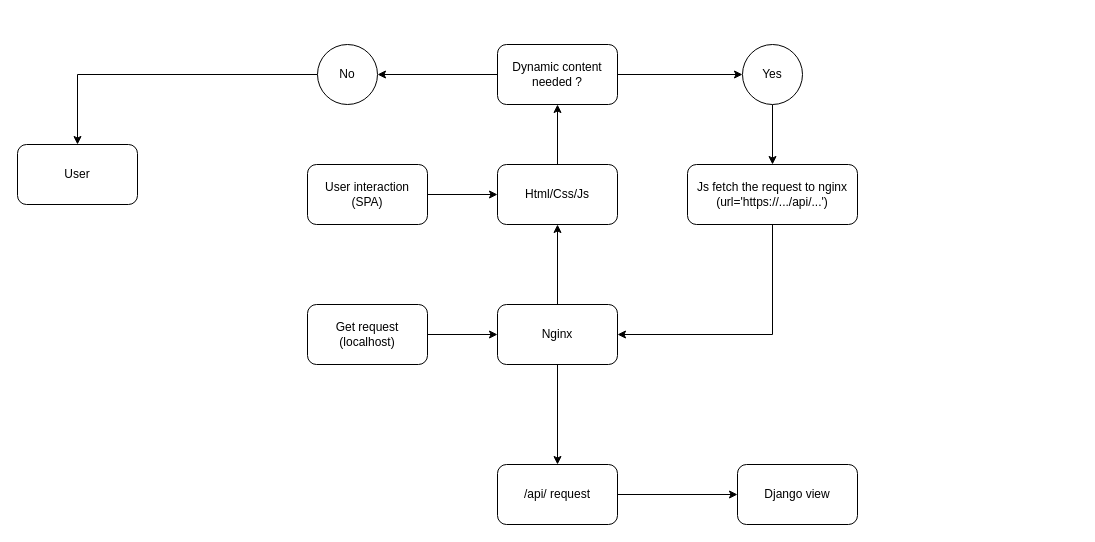
This is Diagram.drawio from DenisClerbois/Transcendence, a draw.io file, before an edit. Source tidied: cells renumbered, new cells numbered last; positions are measured from the earlier drawing's top-left corner, leaving out a move shared by most shapes. Both pictures are drawn from the tidied source at 100%, with x=0, y=0 at pixel (17, 44).
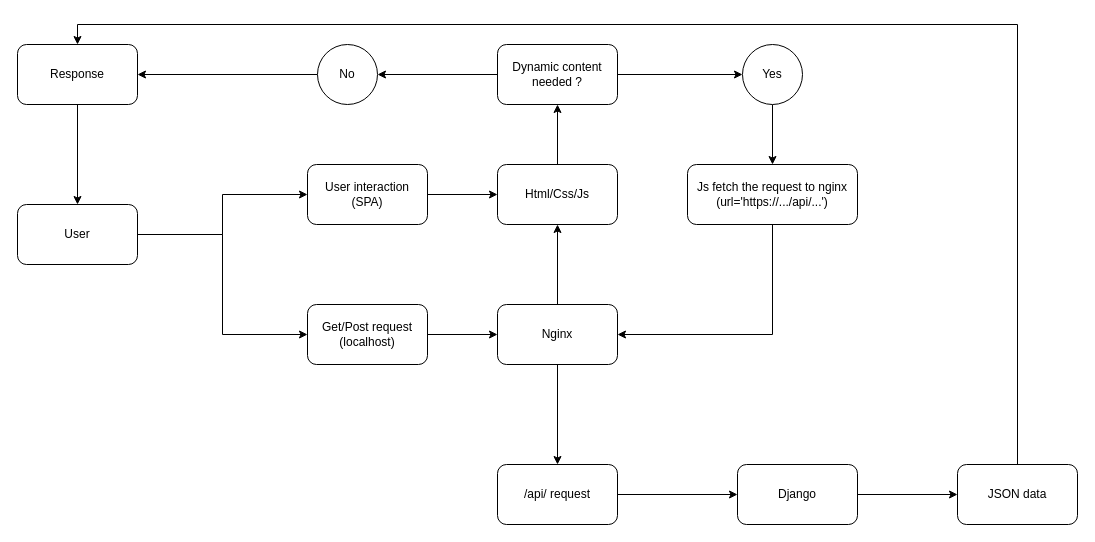
The same page after the edit.

The change refers to these unchanged cells:
```xml
<mxCell id="14" value="No" style="ellipse;whiteSpace=wrap;html=1;" parent="1" vertex="1">
  <mxGeometry x="300" width="60" height="60" as="geometry" />
</mxCell>
<mxCell id="23" value="User interaction (SPA)" style="rounded=1;whiteSpace=wrap;html=1;" parent="1" vertex="1">
  <mxGeometry x="290" y="120" width="120" height="60" as="geometry" />
</mxCell>
```

Diff of the diagram source:
```diff
@@
+    <mxCell id="24" style="edgeStyle=orthogonalEdgeStyle;rounded=0;jettySize=auto;html=1;entryX=0;entryY=0.5;entryDx=0;entryDy=0;" parent="1" edge="1" source="2" target="23">
+      <mxGeometry relative="1" as="geometry" />
+    </mxCell>
+    <mxCell id="25" style="edgeStyle=orthogonalEdgeStyle;rounded=0;jettySize=auto;html=1;entryX=0;entryY=0.5;entryDx=0;entryDy=0;" parent="1" edge="1" source="2" target="18">
+      <mxGeometry relative="1" as="geometry" />
+    </mxCell>
     <mxCell id="2" value="User" style="rounded=1;whiteSpace=wrap;html=1;" parent="1" vertex="1">
-      <mxGeometry y="100" width="120" height="60" as="geometry" />
+      <mxGeometry y="160" width="120" height="60" as="geometry" />
     </mxCell>
@@
-    <mxCell id="13" style="edgeStyle=orthogonalEdgeStyle;rounded=0;jettySize=auto;html=1;exitX=0;exitY=0.5;exitDx=0;exitDy=0;entryX=0.5;entryY=0;entryDx=0;entryDy=0;" parent="1" edge="1" source="14" target="2">
-      <mxGeometry relative="1" as="geometry" />
-    </mxCell>
+    <mxCell id="26" style="edgeStyle=orthogonalEdgeStyle;rounded=0;jettySize=auto;html=1;entryX=1;entryY=0.5;entryDx=0;entryDy=0;" parent="1" edge="1" source="14" target="29">
+      <mxGeometry relative="1" as="geometry" />
+    </mxCell>
@@
-    <mxCell id="18" value="Get request (localhost)" style="rounded=1;whiteSpace=wrap;html=1;" parent="1" vertex="1">
+    <mxCell id="18" value="Get/Post request (localhost)" style="rounded=1;whiteSpace=wrap;html=1;" parent="1" vertex="1">
       <mxGeometry x="290" y="260" width="120" height="60" as="geometry" />
     </mxCell>
@@
+    <mxCell id="27" style="edgeStyle=orthogonalEdgeStyle;rounded=0;jettySize=auto;html=1;exitX=1;exitY=0.5;exitDx=0;exitDy=0;" parent="1" edge="1" source="21" target="31">
+      <mxGeometry relative="1" as="geometry" />
+    </mxCell>
-    <mxCell id="21" value="Django view" style="rounded=1;whiteSpace=wrap;html=1;" parent="1" vertex="1">
+    <mxCell id="21" value="Django" style="rounded=1;whiteSpace=wrap;html=1;" parent="1" vertex="1">
       <mxGeometry x="720" y="420" width="120" height="60" as="geometry" />
     </mxCell>
@@
+    <mxCell id="28" style="edgeStyle=orthogonalEdgeStyle;rounded=0;jettySize=auto;html=1;entryX=0.5;entryY=0;entryDx=0;entryDy=0;" parent="1" edge="1" source="29" target="2">
+      <mxGeometry relative="1" as="geometry" />
+    </mxCell>
+    <mxCell id="29" value="Response" style="rounded=1;whiteSpace=wrap;html=1;" parent="1" vertex="1">
+      <mxGeometry width="120" height="60" as="geometry" />
+    </mxCell>
+    <mxCell id="30" style="edgeStyle=orthogonalEdgeStyle;rounded=0;jettySize=auto;html=1;entryX=0.5;entryY=0;entryDx=0;entryDy=0;" parent="1" edge="1" source="31" target="29">
+      <mxGeometry relative="1" as="geometry">
+        <Array as="points">
+          <mxPoint x="1000" y="-20" />
+          <mxPoint x="60" y="-20" />
+        </Array>
+      </mxGeometry>
+    </mxCell>
+    <mxCell id="31" value="JSON data" style="rounded=1;whiteSpace=wrap;html=1;" parent="1" vertex="1">
+      <mxGeometry x="940" y="420" width="120" height="60" as="geometry" />
+    </mxCell>
```
